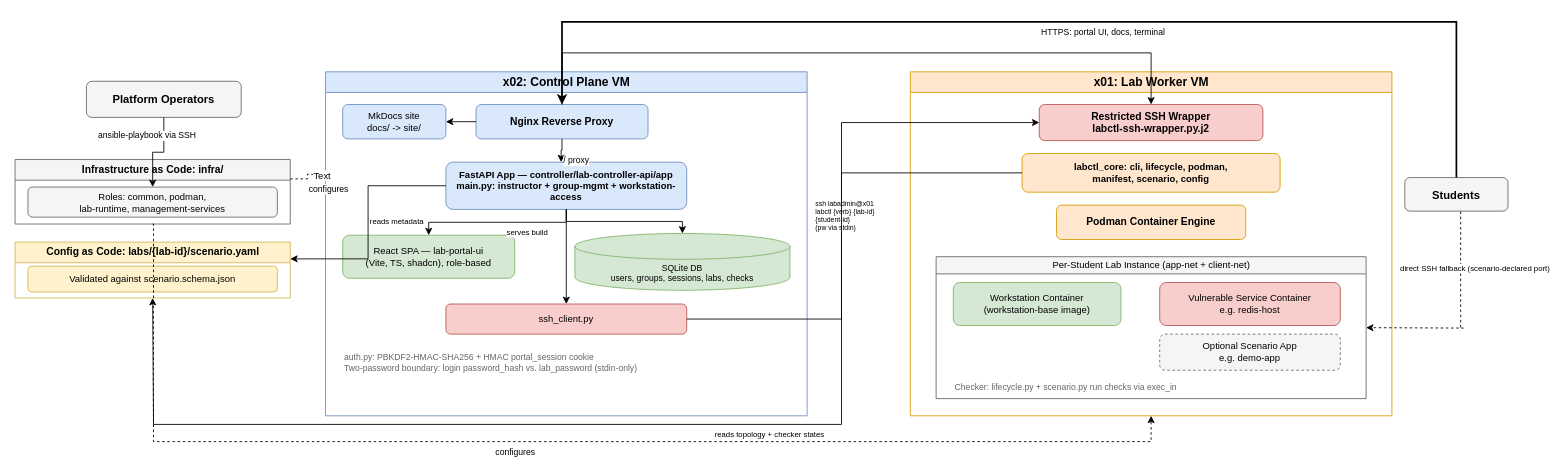
sagar-uprety/containerized-cybersecurity-lab-platform keeps this draw.io diagram as docs/architecture.drawio. Above is the earlier version. Source tidied: cells renumbered, new cells numbered last; positions are measured from the earlier drawing's top-left corner, leaving out a move shared by most shapes. Both pictures are drawn from the tidied source at 86%, with x=0, y=0 at pixel (15, 22).
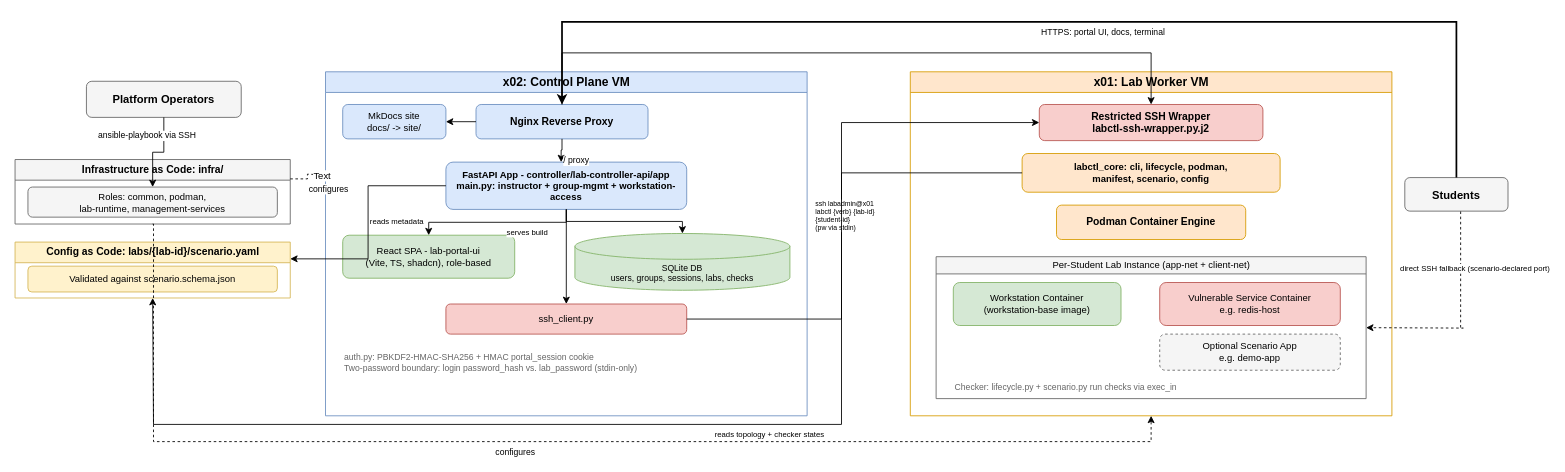
After the change.

The change refers to these unchanged cells:
```xml
<mxCell id="8" value="x02: Control Plane VM" style="swimlane;startSize=24;fillColor=#dae8fc;strokeColor=#6c8ebf;html=1;fontStyle=1;fontSize=14;" parent="1" vertex="1">
  <mxGeometry x="361" y="58" width="560" height="400" as="geometry" />
</mxCell>
```

What changed in the source:
```diff
@@
-    <mxCell id="11" value="FastAPI App — controller/lab-controller-api/app&#10;main.py: instructor + group-mgmt + workstation-access" style="rounded=1;whiteSpace=wrap;html=1;fillColor=#dae8fc;strokeColor=#6c8ebf;fontSize=11;fontStyle=1;" parent="8" vertex="1">
+    <mxCell id="11" value="FastAPI App - controller/lab-controller-api/app&#10;main.py: instructor + group-mgmt + workstation-access" style="rounded=1;whiteSpace=wrap;html=1;fillColor=#dae8fc;strokeColor=#6c8ebf;fontSize=11;fontStyle=1;" parent="8" vertex="1">
       <mxGeometry x="140" y="105" width="280" height="55" as="geometry" />
     </mxCell>
-    <mxCell id="12" value="React SPA — lab-portal-ui&#10;(Vite, TS, shadcn), role-based" style="rounded=1;whiteSpace=wrap;html=1;fillColor=#d5e8d4;strokeColor=#82b366;fontSize=11;" parent="8" vertex="1">
+    <mxCell id="12" value="React SPA - lab-portal-ui&#10;(Vite, TS, shadcn), role-based" style="rounded=1;whiteSpace=wrap;html=1;fillColor=#d5e8d4;strokeColor=#82b366;fontSize=11;" parent="8" vertex="1">
       <mxGeometry x="20" y="190" width="200" height="50" as="geometry" />
     </mxCell>
```
